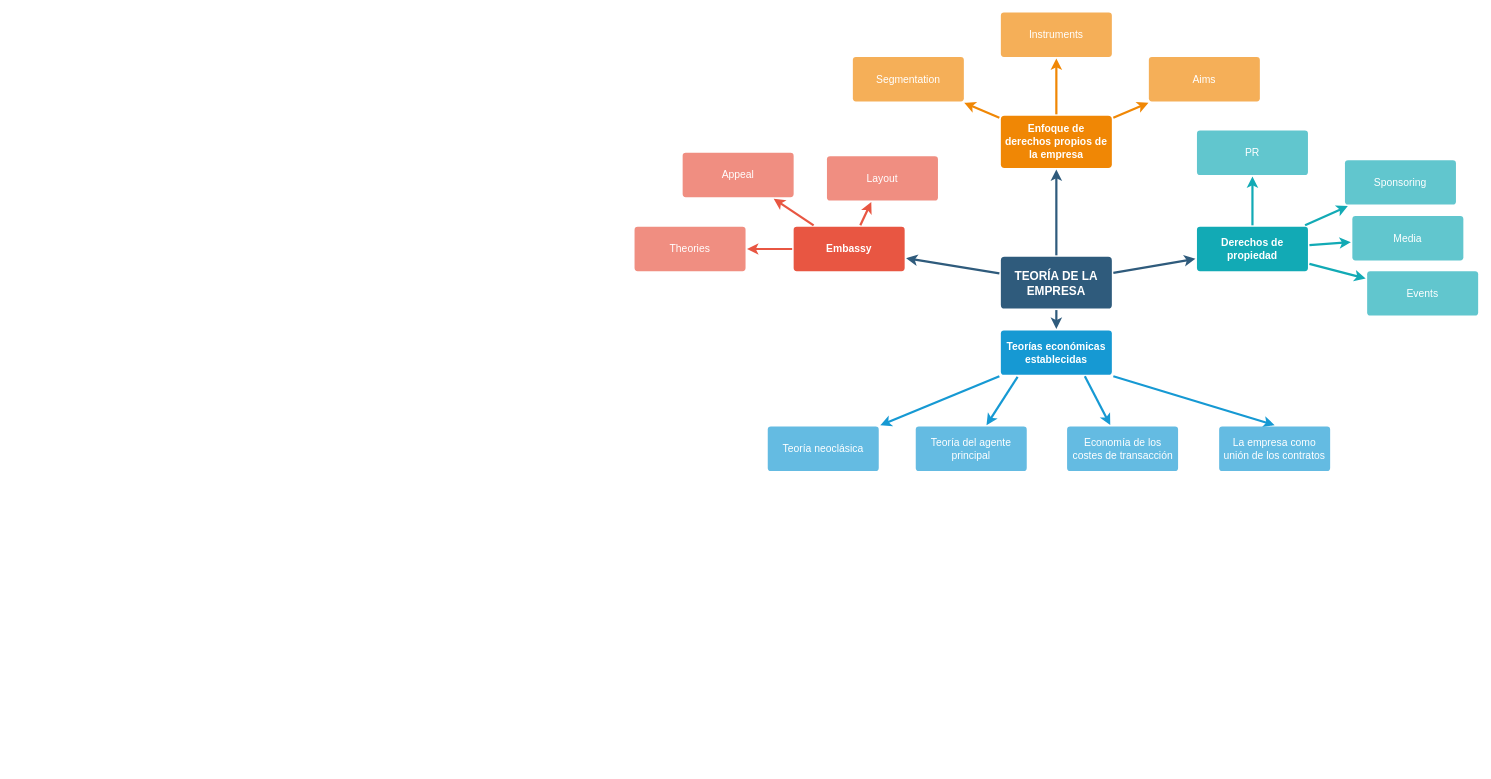
Before: MAPAS MENTALES/Teoría de la regulación.drawio in Jose85100/DIAGRAMAS, a draw.io diagram. Source tidied: cells renumbered, new cells numbered last; positions are measured from the earlier drawing's top-left corner, leaving out a move shared by most shapes. Both pictures are drawn from the tidied source at 74%, with x=0, y=0 at pixel (634, 12). Pictures stored in the file or linked from it are replaced by grey dashed boxes.
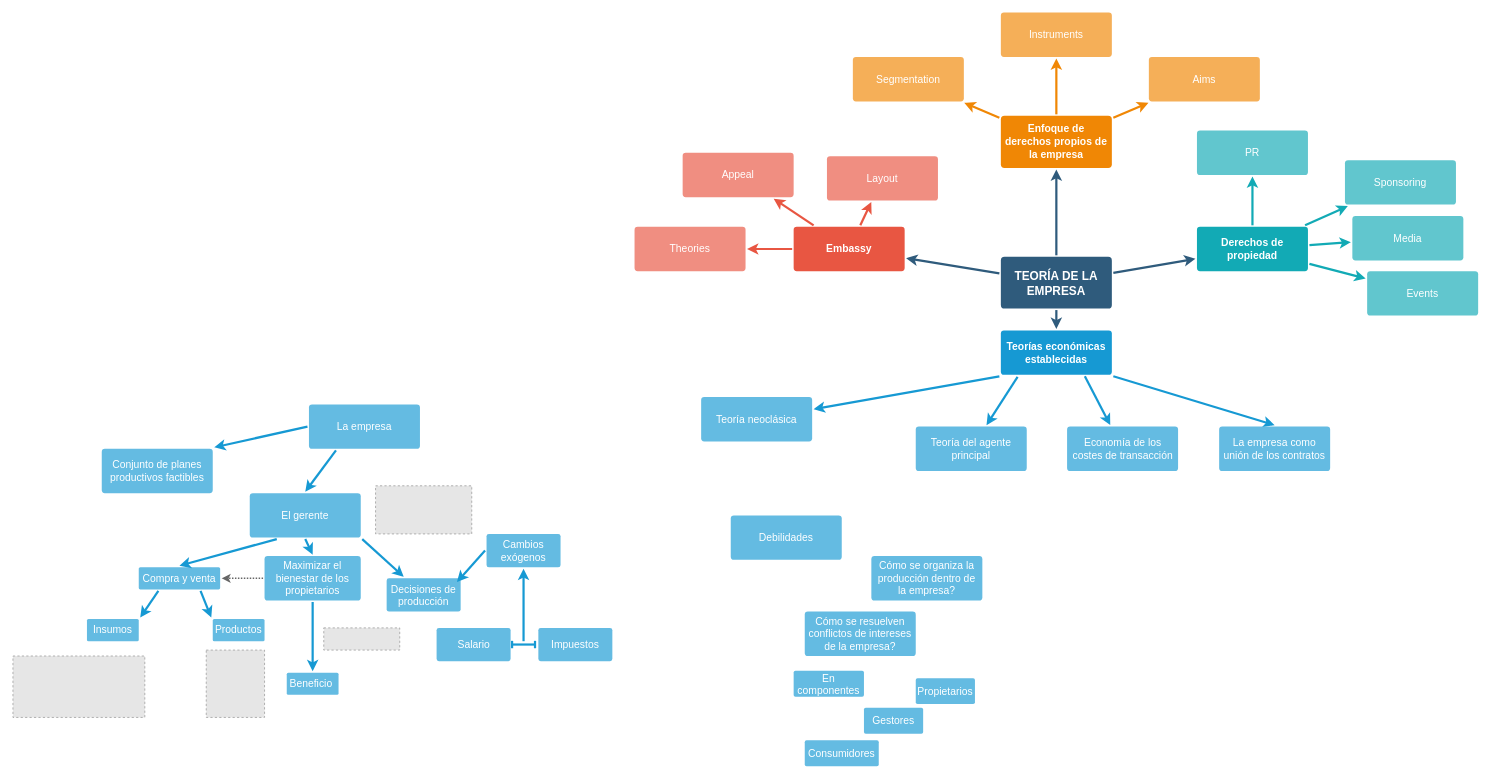
The same diagram, later.

Change to the diagram source:
```diff
@@
     <mxCell id="20" value="Teoría neoclásica" style="rounded=1;whiteSpace=wrap;html=1;shadow=0;labelBackgroundColor=none;strokeColor=none;strokeWidth=3;fillColor=#64bbe2;fontFamily=Helvetica;fontSize=14;fontColor=#FFFFFF;align=center;spacing=5;arcSize=7;perimeterSpacing=2;" parent="1" vertex="1">
-      <mxGeometry x="180" y="560" width="150" height="60" as="geometry" />
+      <mxGeometry x="90" y="520" width="150" height="60" as="geometry" />
     </mxCell>
@@
+    <mxCell id="39" value="Conjunto de planes productivos factibles" style="rounded=1;whiteSpace=wrap;html=1;shadow=0;labelBackgroundColor=none;strokeColor=none;strokeWidth=3;fillColor=#64bbe2;fontFamily=Helvetica;fontSize=14;fontColor=#FFFFFF;align=center;spacing=5;arcSize=7;perimeterSpacing=2;" parent="1" vertex="1">
+      <mxGeometry x="-720" y="590" width="150" height="60" as="geometry" />
+    </mxCell>
+    <mxCell id="40" value="El gerente" style="rounded=1;whiteSpace=wrap;html=1;shadow=0;labelBackgroundColor=none;strokeColor=none;strokeWidth=3;fillColor=#64bbe2;fontFamily=Helvetica;fontSize=14;fontColor=#FFFFFF;align=center;spacing=5;arcSize=7;perimeterSpacing=2;" parent="1" vertex="1">
+      <mxGeometry x="-520" y="650" width="150" height="60" as="geometry" />
+    </mxCell>
+    <mxCell id="41" value="La empresa" style="rounded=1;whiteSpace=wrap;html=1;shadow=0;labelBackgroundColor=none;strokeColor=none;strokeWidth=3;fillColor=#64bbe2;fontFamily=Helvetica;fontSize=14;fontColor=#FFFFFF;align=center;spacing=5;arcSize=7;perimeterSpacing=2;" parent="1" vertex="1">
+      <mxGeometry x="-440" y="530" width="150" height="60" as="geometry" />
+    </mxCell>
+    <mxCell id="42" style="edgeStyle=none;rounded=0;jumpStyle=none;html=1;shadow=0;labelBackgroundColor=none;startArrow=none;startFill=0;endArrow=classic;endFill=1;jettySize=auto;strokeColor=#1699D3;strokeWidth=3;fontFamily=Helvetica;fontSize=14;fontColor=#FFFFFF;spacing=5;exitX=0;exitY=0.5;exitDx=0;exitDy=0;entryX=1;entryY=0;entryDx=0;entryDy=0;" parent="1" edge="1" source="41" target="39">
+      <mxGeometry relative="1" as="geometry" />
+    </mxCell>
+    <mxCell id="43" style="edgeStyle=none;rounded=0;jumpStyle=none;html=1;shadow=0;labelBackgroundColor=none;startArrow=none;startFill=0;endArrow=classic;endFill=1;jettySize=auto;strokeColor=#1699D3;strokeWidth=3;fontFamily=Helvetica;fontSize=14;fontColor=#FFFFFF;spacing=5;exitX=0.25;exitY=1;exitDx=0;exitDy=0;entryX=0.5;entryY=0;entryDx=0;entryDy=0;" parent="1" edge="1" source="41" target="40">
+      <mxGeometry relative="1" as="geometry" />
+    </mxCell>
+    <mxCell id="44" value="Compra y venta" style="rounded=1;whiteSpace=wrap;html=1;shadow=0;labelBackgroundColor=none;strokeColor=none;strokeWidth=3;fillColor=#64bbe2;fontFamily=Helvetica;fontSize=14;fontColor=#FFFFFF;align=center;spacing=5;arcSize=7;perimeterSpacing=2;" parent="1" vertex="1">
+      <mxGeometry x="-670" y="750" width="110" height="30" as="geometry" />
+    </mxCell>
+    <mxCell id="45" value="Insumos" style="rounded=1;whiteSpace=wrap;html=1;shadow=0;labelBackgroundColor=none;strokeColor=none;strokeWidth=3;fillColor=#64bbe2;fontFamily=Helvetica;fontSize=14;fontColor=#FFFFFF;align=center;spacing=5;arcSize=7;perimeterSpacing=2;" parent="1" vertex="1">
+      <mxGeometry x="-740" y="820" width="70" height="30" as="geometry" />
+    </mxCell>
+    <mxCell id="46" value="Productos" style="rounded=1;whiteSpace=wrap;html=1;shadow=0;labelBackgroundColor=none;strokeColor=none;strokeWidth=3;fillColor=#64bbe2;fontFamily=Helvetica;fontSize=14;fontColor=#FFFFFF;align=center;spacing=5;arcSize=7;perimeterSpacing=2;" parent="1" vertex="1">
+      <mxGeometry x="-570" y="820" width="70" height="30" as="geometry" />
+    </mxCell>
+    <mxCell id="47" value="Maximizar el bienestar de los propietarios" style="rounded=1;whiteSpace=wrap;html=1;shadow=0;labelBackgroundColor=none;strokeColor=none;strokeWidth=3;fillColor=#64bbe2;fontFamily=Helvetica;fontSize=14;fontColor=#FFFFFF;align=center;spacing=5;arcSize=7;perimeterSpacing=2;" parent="1" vertex="1">
+      <mxGeometry x="-500" y="735" width="130" height="60" as="geometry" />
+    </mxCell>
+    <mxCell id="48" value="Beneficio&amp;nbsp;" style="rounded=1;whiteSpace=wrap;html=1;shadow=0;labelBackgroundColor=none;strokeColor=none;strokeWidth=3;fillColor=#64bbe2;fontFamily=Helvetica;fontSize=14;fontColor=#FFFFFF;align=center;spacing=5;arcSize=7;perimeterSpacing=2;" parent="1" vertex="1">
+      <mxGeometry x="-470" y="892.5" width="70" height="30" as="geometry" />
+    </mxCell>
+    <mxCell id="49" style="edgeStyle=none;rounded=0;jumpStyle=none;html=1;shadow=0;labelBackgroundColor=none;startArrow=none;startFill=0;endArrow=classic;endFill=1;jettySize=auto;strokeColor=#1699D3;strokeWidth=3;fontFamily=Helvetica;fontSize=14;fontColor=#FFFFFF;spacing=5;exitX=0.75;exitY=1;exitDx=0;exitDy=0;entryX=0;entryY=0;entryDx=0;entryDy=0;" parent="1" edge="1" source="44" target="46">
+      <mxGeometry relative="1" as="geometry" />
+    </mxCell>
+    <mxCell id="50" style="edgeStyle=none;rounded=0;jumpStyle=none;html=1;shadow=0;labelBackgroundColor=none;startArrow=none;startFill=0;endArrow=classic;endFill=1;jettySize=auto;strokeColor=#1699D3;strokeWidth=3;fontFamily=Helvetica;fontSize=14;fontColor=#FFFFFF;spacing=5;exitX=0.25;exitY=1;exitDx=0;exitDy=0;entryX=1;entryY=0;entryDx=0;entryDy=0;" parent="1" edge="1" source="44" target="45">
+      <mxGeometry relative="1" as="geometry" />
+    </mxCell>
+    <mxCell id="51" style="edgeStyle=none;rounded=0;jumpStyle=none;html=1;shadow=0;labelBackgroundColor=none;startArrow=none;startFill=0;endArrow=classic;endFill=1;jettySize=auto;strokeColor=#1699D3;strokeWidth=3;fontFamily=Helvetica;fontSize=14;fontColor=#FFFFFF;spacing=5;exitX=0.25;exitY=1;exitDx=0;exitDy=0;entryX=0.5;entryY=0;entryDx=0;entryDy=0;" parent="1" edge="1" source="40" target="44">
+      <mxGeometry relative="1" as="geometry" />
+    </mxCell>
+    <mxCell id="52" style="edgeStyle=none;rounded=0;jumpStyle=none;html=1;shadow=0;labelBackgroundColor=none;startArrow=none;startFill=0;endArrow=classic;endFill=1;jettySize=auto;strokeColor=#1699D3;strokeWidth=3;fontFamily=Helvetica;fontSize=14;fontColor=#FFFFFF;spacing=5;exitX=0.5;exitY=1;exitDx=0;exitDy=0;entryX=0.5;entryY=0;entryDx=0;entryDy=0;" parent="1" edge="1" source="40" target="47">
+      <mxGeometry relative="1" as="geometry" />
+    </mxCell>
+    <mxCell id="53" style="edgeStyle=none;rounded=0;jumpStyle=none;html=1;shadow=0;labelBackgroundColor=none;startArrow=none;startFill=0;endArrow=classic;endFill=1;jettySize=auto;strokeWidth=2;fontFamily=Helvetica;fontSize=14;fontColor=#FFFFFF;spacing=5;exitX=0;exitY=0.5;exitDx=0;exitDy=0;entryX=1;entryY=0.5;entryDx=0;entryDy=0;dashed=1;dashPattern=1 1;fillColor=#f5f5f5;strokeColor=#666666;" parent="1" edge="1" source="47" target="44">
+      <mxGeometry relative="1" as="geometry" />
+    </mxCell>
+    <mxCell id="54" style="edgeStyle=none;rounded=0;jumpStyle=none;html=1;shadow=0;labelBackgroundColor=none;startArrow=none;startFill=0;endArrow=classic;endFill=1;jettySize=auto;strokeColor=#1699D3;strokeWidth=3;fontFamily=Helvetica;fontSize=14;fontColor=#FFFFFF;spacing=5;exitX=0.5;exitY=1;exitDx=0;exitDy=0;entryX=0.5;entryY=0;entryDx=0;entryDy=0;" parent="1" edge="1" source="47" target="48">
+      <mxGeometry relative="1" as="geometry" />
+    </mxCell>
+    <mxCell id="55" style="fillColor=#E6E6E6;strokeColor=#999999;dashed=1;verticalLabelPosition=bottom;labelBackgroundColor=default;verticalAlign=top;" parent="1" vertex="1">
+      <mxGeometry x="-350" y="640" width="130" height="65" as="geometry" />
+    </mxCell>
+    <mxCell id="56" style="fillColor=#E6E6E6;strokeColor=#999999;dashed=1;verticalLabelPosition=bottom;labelBackgroundColor=default;verticalAlign=top;" parent="1" vertex="1">
+      <mxGeometry x="-840" y="870" width="178.2" height="83" as="geometry" />
+    </mxCell>
+    <mxCell id="57" style="fillColor=#E6E6E6;strokeColor=#999999;dashed=1;verticalLabelPosition=bottom;labelBackgroundColor=default;verticalAlign=top;" parent="1" vertex="1">
+      <mxGeometry x="-578.8" y="862" width="78.8" height="91" as="geometry" />
+    </mxCell>
+    <mxCell id="58" style="fillColor=#E6E6E6;strokeColor=#999999;dashed=1;verticalLabelPosition=bottom;labelBackgroundColor=default;verticalAlign=top;" parent="1" vertex="1">
+      <mxGeometry x="-420" y="832" width="102.7" height="30" as="geometry" />
+    </mxCell>
+    <mxCell id="59" style="edgeStyle=none;rounded=0;jumpStyle=none;html=1;shadow=0;labelBackgroundColor=none;startArrow=none;startFill=0;endArrow=classic;endFill=1;jettySize=auto;strokeColor=#1699D3;strokeWidth=3;fontFamily=Helvetica;fontSize=14;fontColor=#FFFFFF;spacing=5;exitX=1;exitY=1;exitDx=0;exitDy=0;" parent="1" edge="1" source="40" target="60">
+      <mxGeometry relative="1" as="geometry" />
+    </mxCell>
+    <mxCell id="60" value="Decisiones de producción" style="rounded=1;whiteSpace=wrap;html=1;shadow=0;labelBackgroundColor=none;strokeColor=none;strokeWidth=3;fillColor=#64bbe2;fontFamily=Helvetica;fontSize=14;fontColor=#FFFFFF;align=center;spacing=5;arcSize=7;perimeterSpacing=2;" parent="1" vertex="1">
+      <mxGeometry x="-335" y="765" width="100" height="45" as="geometry" />
+    </mxCell>
+    <mxCell id="61" value="Cambios exógenos" style="rounded=1;whiteSpace=wrap;html=1;shadow=0;labelBackgroundColor=none;strokeColor=none;strokeWidth=3;fillColor=#64bbe2;fontFamily=Helvetica;fontSize=14;fontColor=#FFFFFF;align=center;spacing=5;arcSize=7;perimeterSpacing=2;" parent="1" vertex="1">
+      <mxGeometry x="-200" y="705" width="100" height="45" as="geometry" />
+    </mxCell>
+    <mxCell id="62" style="edgeStyle=none;rounded=0;jumpStyle=none;html=1;shadow=0;labelBackgroundColor=none;startArrow=none;startFill=0;endArrow=classic;endFill=1;jettySize=auto;strokeColor=#1699D3;strokeWidth=3;fontFamily=Helvetica;fontSize=14;fontColor=#FFFFFF;spacing=5;exitX=0;exitY=0.5;exitDx=0;exitDy=0;" parent="1" edge="1" source="61">
+      <mxGeometry relative="1" as="geometry">
+        <mxPoint x="-240" y="770" as="targetPoint" />
+      </mxGeometry>
+    </mxCell>
+    <mxCell id="63" value="Debilidades" style="rounded=1;whiteSpace=wrap;html=1;shadow=0;labelBackgroundColor=none;strokeColor=none;strokeWidth=3;fillColor=#64bbe2;fontFamily=Helvetica;fontSize=14;fontColor=#FFFFFF;align=center;spacing=5;arcSize=7;perimeterSpacing=2;" parent="1" vertex="1">
+      <mxGeometry x="130" y="680" width="150" height="60" as="geometry" />
+    </mxCell>
+    <mxCell id="64" value="Cómo se organiza la producción dentro de la empresa?" style="rounded=1;whiteSpace=wrap;html=1;shadow=0;labelBackgroundColor=none;strokeColor=none;strokeWidth=3;fillColor=#64bbe2;fontFamily=Helvetica;fontSize=14;fontColor=#FFFFFF;align=center;spacing=5;arcSize=7;perimeterSpacing=2;" parent="1" vertex="1">
+      <mxGeometry x="320" y="735" width="150" height="60" as="geometry" />
+    </mxCell>
+    <mxCell id="65" value="Cómo se resuelven conflictos de intereses de la empresa?" style="rounded=1;whiteSpace=wrap;html=1;shadow=0;labelBackgroundColor=none;strokeColor=none;strokeWidth=3;fillColor=#64bbe2;fontFamily=Helvetica;fontSize=14;fontColor=#FFFFFF;align=center;spacing=5;arcSize=7;perimeterSpacing=2;" parent="1" vertex="1">
+      <mxGeometry x="230" y="810" width="150" height="60" as="geometry" />
+    </mxCell>
+    <mxCell id="66" value="Salario" style="rounded=1;whiteSpace=wrap;html=1;shadow=0;labelBackgroundColor=none;strokeColor=none;strokeWidth=3;fillColor=#64bbe2;fontFamily=Helvetica;fontSize=14;fontColor=#FFFFFF;align=center;spacing=5;arcSize=7;perimeterSpacing=2;" parent="1" vertex="1">
+      <mxGeometry x="-267.5" y="832" width="100" height="45" as="geometry" />
+    </mxCell>
+    <mxCell id="67" value="Impuestos" style="rounded=1;whiteSpace=wrap;html=1;shadow=0;labelBackgroundColor=none;strokeColor=none;strokeWidth=3;fillColor=#64bbe2;fontFamily=Helvetica;fontSize=14;fontColor=#FFFFFF;align=center;spacing=5;arcSize=7;perimeterSpacing=2;" parent="1" vertex="1">
+      <mxGeometry x="-130" y="832" width="100" height="45" as="geometry" />
+    </mxCell>
+    <mxCell id="68" style="edgeStyle=none;rounded=0;jumpStyle=none;html=1;shadow=0;labelBackgroundColor=none;startArrow=baseDash;startFill=0;endArrow=baseDash;endFill=0;jettySize=auto;strokeColor=#1699D3;strokeWidth=3;fontFamily=Helvetica;fontSize=14;fontColor=#FFFFFF;spacing=5;exitX=0;exitY=0.5;exitDx=0;exitDy=0;entryX=1;entryY=0.5;entryDx=0;entryDy=0;" parent="1" edge="1" target="66">
+      <mxGeometry relative="1" as="geometry">
+        <mxPoint x="-134.5" y="854.5" as="sourcePoint" />
+      </mxGeometry>
+    </mxCell>
+    <mxCell id="69" style="edgeStyle=none;rounded=0;jumpStyle=none;html=1;shadow=0;labelBackgroundColor=none;startArrow=none;startFill=0;endArrow=classic;endFill=1;jettySize=auto;strokeColor=#1699D3;strokeWidth=3;fontFamily=Helvetica;fontSize=14;fontColor=#FFFFFF;spacing=5;entryX=0.5;entryY=1;entryDx=0;entryDy=0;" parent="1" edge="1" target="61">
+      <mxGeometry relative="1" as="geometry">
+        <mxPoint x="-150" y="850" as="sourcePoint" />
+      </mxGeometry>
+    </mxCell>
+    <mxCell id="70" value="Propietarios" style="rounded=1;whiteSpace=wrap;html=1;shadow=0;labelBackgroundColor=none;strokeColor=none;strokeWidth=3;fillColor=#64bbe2;fontFamily=Helvetica;fontSize=14;fontColor=#FFFFFF;align=center;spacing=5;arcSize=7;perimeterSpacing=2;" parent="1" vertex="1">
+      <mxGeometry x="380" y="900" width="80" height="35" as="geometry" />
+    </mxCell>
+    <mxCell id="71" value="Gestores" style="rounded=1;whiteSpace=wrap;html=1;shadow=0;labelBackgroundColor=none;strokeColor=none;strokeWidth=3;fillColor=#64bbe2;fontFamily=Helvetica;fontSize=14;fontColor=#FFFFFF;align=center;spacing=5;arcSize=7;perimeterSpacing=2;" parent="1" vertex="1">
+      <mxGeometry x="310" y="940" width="80" height="35" as="geometry" />
+    </mxCell>
+    <mxCell id="72" value="Consumidores" style="rounded=1;whiteSpace=wrap;html=1;shadow=0;labelBackgroundColor=none;strokeColor=none;strokeWidth=3;fillColor=#64bbe2;fontFamily=Helvetica;fontSize=14;fontColor=#FFFFFF;align=center;spacing=5;arcSize=7;perimeterSpacing=2;" parent="1" vertex="1">
+      <mxGeometry x="230" y="984" width="100" height="35" as="geometry" />
+    </mxCell>
+    <mxCell id="73" value="En componentes" style="rounded=1;whiteSpace=wrap;html=1;shadow=0;labelBackgroundColor=none;strokeColor=none;strokeWidth=3;fillColor=#64bbe2;fontFamily=Helvetica;fontSize=14;fontColor=#FFFFFF;align=center;spacing=5;arcSize=7;perimeterSpacing=2;" parent="1" vertex="1">
+      <mxGeometry x="215" y="890" width="95" height="35" as="geometry" />
+    </mxCell>
```
